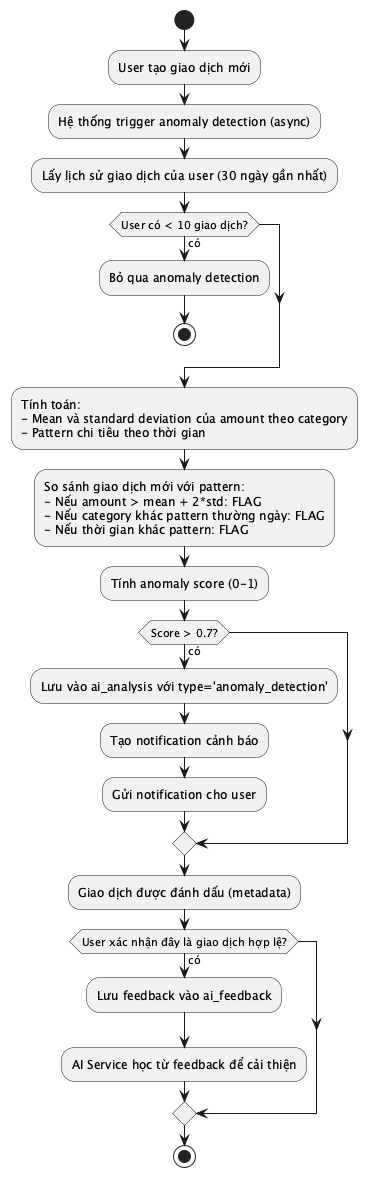
quanbin27/TabiMoney keeps this PlantUML diagram as uml-diagrams/ACT_013_AnomalyDetection.png. Above is the earlier version.
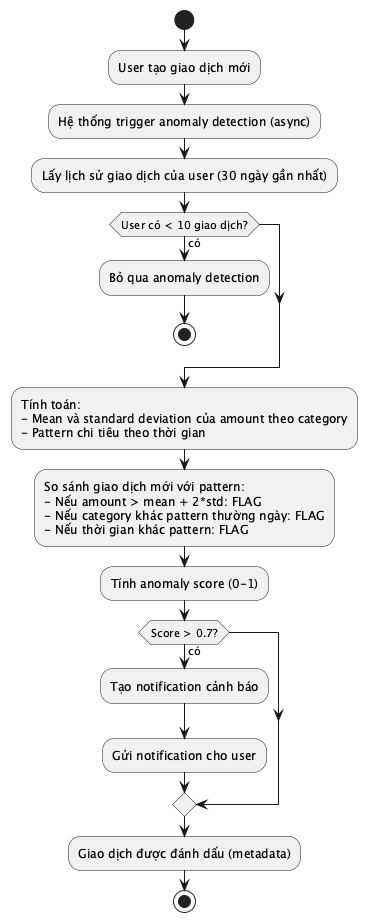
After the change.

The edit, as a diff of the source:
```diff
@@ -16,14 +16,9 @@
 - Nếu thời gian khác pattern: FLAG;
 :Tính anomaly score (0-1);
 if (Score > 0.7?) then (có)
-  :Lưu vào ai_analysis với type='anomaly_detection';
   :Tạo notification cảnh báo;
   :Gửi notification cho user;
 endif
 :Giao dịch được đánh dấu (metadata);
-if (User xác nhận đây là giao dịch hợp lệ?) then (có)
-  :Lưu feedback vào ai_feedback;
-  :AI Service học từ feedback để cải thiện;
-endif
 stop
 @enduml
```
